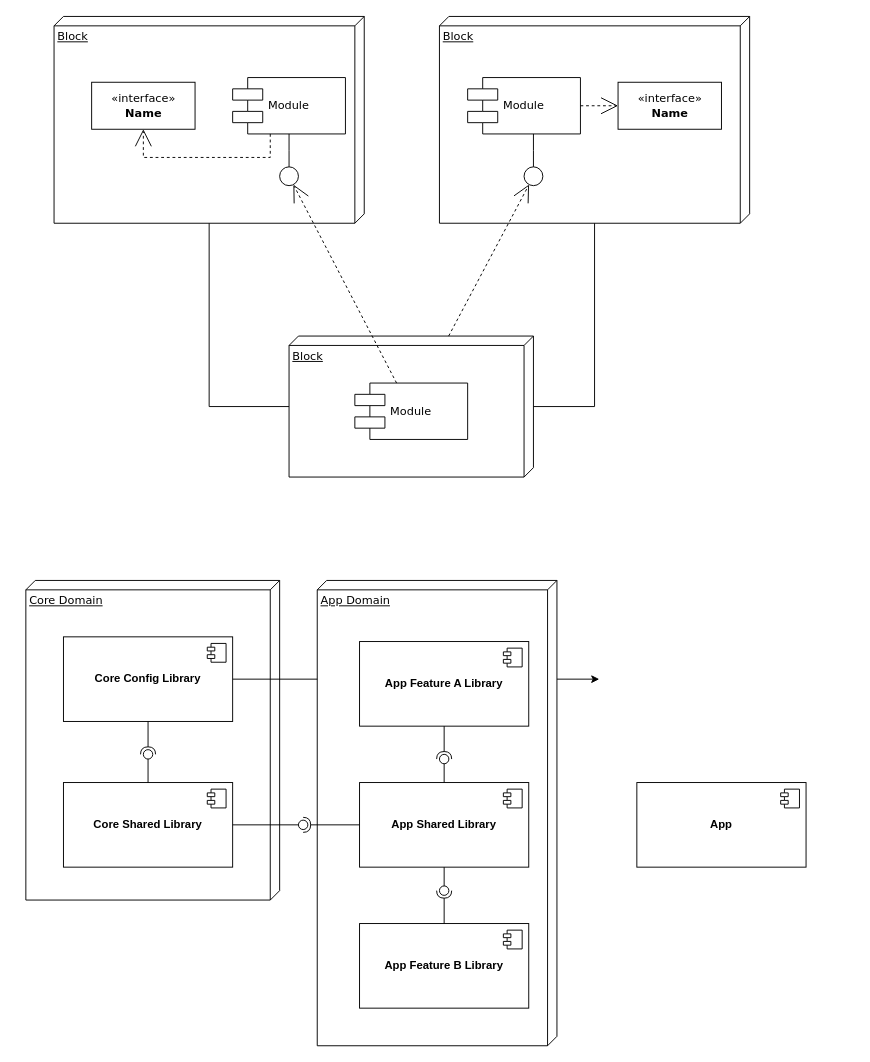
This is Best Practice/monorepo-component-diagram.drawio from fadlurahmanfdev/draw_io, a draw.io file, before an edit. Source tidied: cells renumbered, new cells numbered last; positions are measured from the earlier drawing's top-left corner, leaving out a move shared by most shapes. Both pictures are drawn from the tidied source at 94%, with x=0, y=0 at pixel (25, 16).
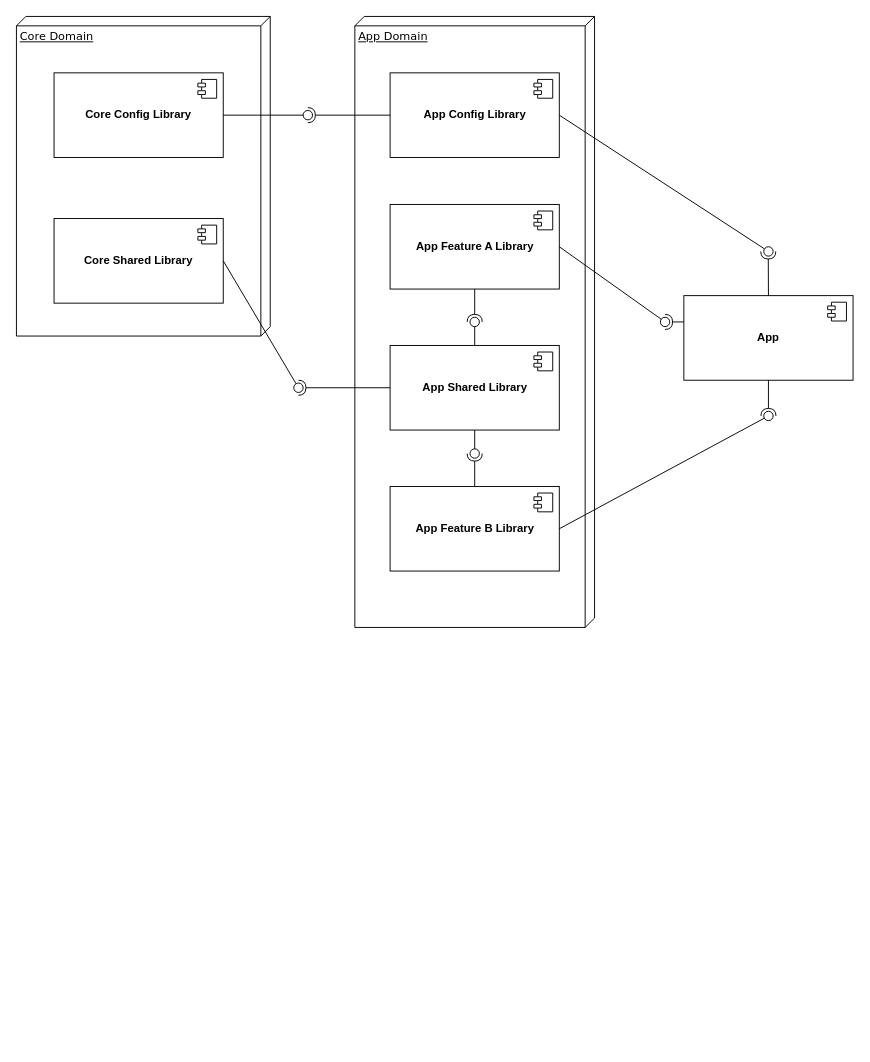
Above is the later version.

What changed in the source:
```diff
@@
     <mxCell id="2" value="Core Domain" style="verticalAlign=top;align=left;spacingTop=8;spacingLeft=2;spacingRight=12;shape=cube;size=10;direction=south;fontStyle=4;html=1;rounded=0;shadow=0;comic=0;labelBackgroundColor=none;strokeWidth=1;fontFamily=Verdana;fontSize=12;" parent="1" vertex="1">
-      <mxGeometry y="600" width="270" height="340" as="geometry" />
+      <mxGeometry x="-10" width="270" height="340" as="geometry" />
     </mxCell>
-    <mxCell id="3" value="Block" style="verticalAlign=top;align=left;spacingTop=8;spacingLeft=2;spacingRight=12;shape=cube;size=10;direction=south;fontStyle=4;html=1;rounded=0;shadow=0;comic=0;labelBackgroundColor=none;strokeWidth=1;fontFamily=Verdana;fontSize=12;" parent="1" vertex="1">
-      <mxGeometry x="30" width="330" height="220" as="geometry" />
-    </mxCell>
-    <mxCell id="4" value="Block" style="verticalAlign=top;align=left;spacingTop=8;spacingLeft=2;spacingRight=12;shape=cube;size=10;direction=south;fontStyle=4;html=1;rounded=0;shadow=0;comic=0;labelBackgroundColor=none;strokeWidth=1;fontFamily=Verdana;fontSize=12;" parent="1" vertex="1">
-      <mxGeometry x="440" width="330" height="220" as="geometry" />
-    </mxCell>
-    <mxCell id="5" value="Block" style="verticalAlign=top;align=left;spacingTop=8;spacingLeft=2;spacingRight=12;shape=cube;size=10;direction=south;fontStyle=4;html=1;rounded=0;shadow=0;comic=0;labelBackgroundColor=none;strokeWidth=1;fontFamily=Verdana;fontSize=12;" parent="1" vertex="1">
-      <mxGeometry x="280" y="340" width="260" height="150" as="geometry" />
-    </mxCell>
-    <mxCell id="6" value="&amp;laquo;interface&amp;raquo;&lt;br&gt;&lt;b&gt;Name&lt;/b&gt;" style="html=1;rounded=0;shadow=0;comic=0;labelBackgroundColor=none;strokeWidth=1;fontFamily=Verdana;fontSize=12;align=center;" parent="1" vertex="1">
-      <mxGeometry x="70" y="70" width="110" height="50" as="geometry" />
-    </mxCell>
-    <mxCell id="7" value="Module" style="shape=component;align=left;spacingLeft=36;rounded=0;shadow=0;comic=0;labelBackgroundColor=none;strokeWidth=1;fontFamily=Verdana;fontSize=12;html=1;" parent="1" vertex="1">
-      <mxGeometry x="220" y="65" width="120" height="60" as="geometry" />
-    </mxCell>
-    <mxCell id="8" style="ellipse;whiteSpace=wrap;html=1;rounded=0;shadow=0;comic=0;labelBackgroundColor=none;strokeWidth=1;fontFamily=Verdana;fontSize=12;align=center;" parent="1" vertex="1">
-      <mxGeometry x="270" y="160" width="20" height="20" as="geometry" />
-    </mxCell>
-    <mxCell id="9" value="Module" style="shape=component;align=left;spacingLeft=36;rounded=0;shadow=0;comic=0;labelBackgroundColor=none;strokeWidth=1;fontFamily=Verdana;fontSize=12;html=1;" parent="1" vertex="1">
-      <mxGeometry x="470" y="65" width="120" height="60" as="geometry" />
-    </mxCell>
-    <mxCell id="10" value="&amp;laquo;interface&amp;raquo;&lt;br&gt;&lt;b&gt;Name&lt;/b&gt;" style="html=1;rounded=0;shadow=0;comic=0;labelBackgroundColor=none;strokeWidth=1;fontFamily=Verdana;fontSize=12;align=center;" parent="1" vertex="1">
-      <mxGeometry x="630" y="70" width="110" height="50" as="geometry" />
-    </mxCell>
-    <mxCell id="11" style="ellipse;whiteSpace=wrap;html=1;rounded=0;shadow=0;comic=0;labelBackgroundColor=none;strokeWidth=1;fontFamily=Verdana;fontSize=12;align=center;" parent="1" vertex="1">
-      <mxGeometry x="530" y="160" width="20" height="20" as="geometry" />
-    </mxCell>
-    <mxCell id="12" value="Module" style="shape=component;align=left;spacingLeft=36;rounded=0;shadow=0;comic=0;labelBackgroundColor=none;strokeWidth=1;fontFamily=Verdana;fontSize=12;html=1;" parent="1" vertex="1">
-      <mxGeometry x="350" y="390" width="120" height="60" as="geometry" />
-    </mxCell>
-    <mxCell id="13" style="edgeStyle=none;rounded=0;html=1;dashed=1;labelBackgroundColor=none;startArrow=none;startFill=0;startSize=8;endArrow=open;endFill=0;endSize=16;fontFamily=Verdana;fontSize=12;" parent="1" edge="1" source="12" target="8">
-      <mxGeometry relative="1" as="geometry" />
-    </mxCell>
-    <mxCell id="14" style="edgeStyle=none;rounded=0;html=1;dashed=1;labelBackgroundColor=none;startArrow=none;startFill=0;startSize=8;endArrow=open;endFill=0;endSize=16;fontFamily=Verdana;fontSize=12;" parent="1" edge="1" source="5" target="11">
-      <mxGeometry relative="1" as="geometry" />
-    </mxCell>
-    <mxCell id="15" style="edgeStyle=elbowEdgeStyle;rounded=0;html=1;labelBackgroundColor=none;startArrow=none;startFill=0;startSize=8;endArrow=none;endFill=0;endSize=16;fontFamily=Verdana;fontSize=12;" parent="1" edge="1" source="11" target="9">
-      <mxGeometry relative="1" as="geometry" />
-    </mxCell>
-    <mxCell id="16" style="edgeStyle=elbowEdgeStyle;rounded=0;html=1;labelBackgroundColor=none;startArrow=none;startFill=0;startSize=8;endArrow=none;endFill=0;endSize=16;fontFamily=Verdana;fontSize=12;" parent="1" edge="1" source="8" target="7">
-      <mxGeometry relative="1" as="geometry" />
-    </mxCell>
-    <mxCell id="17" style="edgeStyle=orthogonalEdgeStyle;rounded=0;html=1;labelBackgroundColor=none;startArrow=none;startFill=0;startSize=8;endArrow=open;endFill=0;endSize=16;fontFamily=Verdana;fontSize=12;dashed=1;" parent="1" edge="1" source="7" target="6">
-      <mxGeometry relative="1" as="geometry">
-        <Array as="points">
-          <mxPoint x="260" y="150" />
-          <mxPoint x="125" y="150" />
-        </Array>
-      </mxGeometry>
-    </mxCell>
-    <mxCell id="18" style="edgeStyle=orthogonalEdgeStyle;rounded=0;html=1;dashed=1;labelBackgroundColor=none;startArrow=none;startFill=0;startSize=8;endArrow=open;endFill=0;endSize=16;fontFamily=Verdana;fontSize=12;" parent="1" edge="1" source="9" target="10">
-      <mxGeometry relative="1" as="geometry" />
-    </mxCell>
-    <mxCell id="19" style="edgeStyle=orthogonalEdgeStyle;rounded=0;html=1;labelBackgroundColor=none;startArrow=none;startFill=0;startSize=8;endArrow=none;endFill=0;endSize=16;fontFamily=Verdana;fontSize=12;" parent="1" edge="1" source="5" target="4">
-      <mxGeometry relative="1" as="geometry">
-        <Array as="points">
-          <mxPoint x="605" y="415" />
-        </Array>
-      </mxGeometry>
-    </mxCell>
-    <mxCell id="20" style="edgeStyle=orthogonalEdgeStyle;rounded=0;html=1;labelBackgroundColor=none;startArrow=none;startFill=0;startSize=8;endArrow=none;endFill=0;endSize=16;fontFamily=Verdana;fontSize=12;" parent="1" edge="1" source="5" target="3">
-      <mxGeometry relative="1" as="geometry">
-        <Array as="points">
-          <mxPoint x="195" y="415" />
-        </Array>
-      </mxGeometry>
-    </mxCell>
-    <mxCell id="21" style="edgeStyle=orthogonalEdgeStyle;rounded=0;jettySize=auto;html=1;" parent="1" edge="1" source="22">
-      <mxGeometry relative="1" as="geometry">
-        <mxPoint x="610" y="705" as="targetPoint" />
-      </mxGeometry>
-    </mxCell>
     <mxCell id="22" value="&lt;b&gt;Core Config Library&lt;/b&gt;" style="html=1;whiteSpace=wrap;" parent="1" vertex="1">
-      <mxGeometry x="40" y="660" width="180" height="90" as="geometry" />
+      <mxGeometry x="30" y="60" width="180" height="90" as="geometry" />
     </mxCell>
@@
     <mxCell id="24" value="&lt;b&gt;Core Shared Library&lt;/b&gt;" style="html=1;whiteSpace=wrap;" parent="1" vertex="1">
-      <mxGeometry x="40" y="815" width="180" height="90" as="geometry" />
+      <mxGeometry x="30" y="215" width="180" height="90" as="geometry" />
     </mxCell>
@@
-    <mxCell id="26" style="rounded=0;jettySize=auto;html=1;endArrow=halfCircle;endFill=0;endSize=6;strokeWidth=1;sketch=0;exitX=0.5;exitY=1;exitDx=0;exitDy=0;" parent="1" edge="1" source="22" target="28">
-      <mxGeometry relative="1" as="geometry" />
-    </mxCell>
-    <mxCell id="27" style="rounded=0;jettySize=auto;html=1;endArrow=oval;endFill=0;sketch=0;sourcePerimeterSpacing=0;targetPerimeterSpacing=0;endSize=10;exitX=0.5;exitY=0;exitDx=0;exitDy=0;" parent="1" edge="1" source="24" target="28">
-      <mxGeometry relative="1" as="geometry" />
-    </mxCell>
-    <mxCell id="28" style="ellipse;whiteSpace=wrap;html=1;align=center;fillColor=none;strokeColor=none;perimeter=centerPerimeter;points=[];outlineConnect=1;rotation=-90;" parent="1" vertex="1">
-      <mxGeometry x="125" y="780" width="10" height="10" as="geometry" />
-    </mxCell>
     <mxCell id="29" style="ellipse;whiteSpace=wrap;html=1;align=center;fillColor=none;strokeColor=none;perimeter=centerPerimeter;points=[];outlineConnect=1;" parent="1" vertex="1">
-      <mxGeometry x="290" y="855" width="10" height="10" as="geometry" />
+      <mxGeometry x="270" y="405" width="10" height="10" as="geometry" />
     </mxCell>
     <mxCell id="30" value="App Domain" style="verticalAlign=top;align=left;spacingTop=8;spacingLeft=2;spacingRight=12;shape=cube;size=10;direction=south;fontStyle=4;html=1;rounded=0;shadow=0;comic=0;labelBackgroundColor=none;strokeWidth=1;fontFamily=Verdana;fontSize=12;" parent="1" vertex="1">
-      <mxGeometry x="310" y="600" width="255" height="495" as="geometry" />
+      <mxGeometry x="350" width="255" height="650" as="geometry" />
     </mxCell>
     <mxCell id="31" value="&lt;b&gt;App Feature A Library&lt;/b&gt;" style="html=1;whiteSpace=wrap;" parent="1" vertex="1">
-      <mxGeometry x="355" y="665" width="180" height="90" as="geometry" />
+      <mxGeometry x="387.5" y="200" width="180" height="90" as="geometry" />
     </mxCell>
@@
     <mxCell id="33" value="&lt;b&gt;App Shared Library&lt;/b&gt;" style="html=1;whiteSpace=wrap;" parent="1" vertex="1">
-      <mxGeometry x="355" y="815" width="180" height="90" as="geometry" />
+      <mxGeometry x="387.5" y="350" width="180" height="90" as="geometry" />
     </mxCell>
@@
     <mxCell id="37" style="ellipse;whiteSpace=wrap;html=1;align=center;fillColor=none;strokeColor=none;perimeter=centerPerimeter;points=[];outlineConnect=1;rotation=-90;" parent="1" vertex="1">
-      <mxGeometry x="440" y="785" width="10" height="10" as="geometry" />
+      <mxGeometry x="472.5" y="320" width="10" height="10" as="geometry" />
     </mxCell>
     <mxCell id="38" value="&lt;b&gt;App Feature B Library&lt;/b&gt;" style="html=1;whiteSpace=wrap;" parent="1" vertex="1">
-      <mxGeometry x="355" y="965" width="180" height="90" as="geometry" />
+      <mxGeometry x="387.5" y="500" width="180" height="90" as="geometry" />
     </mxCell>
@@
     <mxCell id="42" style="ellipse;whiteSpace=wrap;html=1;align=center;fillColor=none;strokeColor=none;perimeter=centerPerimeter;points=[];outlineConnect=1;rotation=90;" parent="1" vertex="1">
-      <mxGeometry x="440" y="925" width="10" height="10" as="geometry" />
+      <mxGeometry x="472.5" y="460" width="10" height="10" as="geometry" />
     </mxCell>
-    <mxCell id="43" style="rounded=0;jettySize=auto;html=1;endArrow=oval;endFill=0;sketch=0;sourcePerimeterSpacing=0;targetPerimeterSpacing=0;endSize=10;exitX=1;exitY=0.5;exitDx=0;exitDy=0;" parent="1" edge="1" source="24" target="29">
-      <mxGeometry relative="1" as="geometry" />
-    </mxCell>
-    <mxCell id="44" style="rounded=0;jettySize=auto;html=1;endArrow=halfCircle;endFill=0;endSize=6;strokeWidth=1;sketch=0;exitX=0;exitY=0.5;exitDx=0;exitDy=0;" parent="1" edge="1" source="33" target="29">
-      <mxGeometry relative="1" as="geometry" />
-    </mxCell>
     <mxCell id="45" value="&lt;b&gt;App&lt;/b&gt;" style="html=1;whiteSpace=wrap;" parent="1" vertex="1">
-      <mxGeometry x="650" y="815" width="180" height="90" as="geometry" />
+      <mxGeometry x="700" y="297" width="180" height="90" as="geometry" />
     </mxCell>
@@
+    <mxCell id="47" value="&lt;b&gt;App Config Library&lt;/b&gt;" style="html=1;whiteSpace=wrap;" parent="1" vertex="1">
+      <mxGeometry x="387.5" y="60" width="180" height="90" as="geometry" />
+    </mxCell>
+    <mxCell id="48" style="shape=module;jettyWidth=8;jettyHeight=4;" parent="47" vertex="1">
+      <mxGeometry x="1" width="20" height="20" relative="1" as="geometry">
+        <mxPoint x="-27" y="7" as="offset" />
+      </mxGeometry>
+    </mxCell>
+    <mxCell id="49" style="rounded=0;jettySize=auto;html=1;endArrow=halfCircle;endFill=0;endSize=6;strokeWidth=1;sketch=0;exitX=0;exitY=0.5;exitDx=0;exitDy=0;" parent="1" edge="1" source="47" target="51">
+      <mxGeometry relative="1" as="geometry" />
+    </mxCell>
+    <mxCell id="50" style="rounded=0;jettySize=auto;html=1;endArrow=oval;endFill=0;sketch=0;sourcePerimeterSpacing=0;targetPerimeterSpacing=0;endSize=10;exitX=1;exitY=0.5;exitDx=0;exitDy=0;" parent="1" edge="1" source="22" target="51">
+      <mxGeometry relative="1" as="geometry" />
+    </mxCell>
+    <mxCell id="51" style="ellipse;whiteSpace=wrap;html=1;align=center;fillColor=none;strokeColor=none;perimeter=centerPerimeter;points=[];outlineConnect=1;" parent="1" vertex="1">
+      <mxGeometry x="295" y="100" width="10" height="10" as="geometry" />
+    </mxCell>
+    <mxCell id="52" style="rounded=0;jettySize=auto;html=1;endArrow=halfCircle;endFill=0;endSize=6;strokeWidth=1;sketch=0;exitX=0;exitY=0.5;exitDx=0;exitDy=0;" parent="1" edge="1" source="33" target="54">
+      <mxGeometry relative="1" as="geometry" />
+    </mxCell>
+    <mxCell id="53" style="rounded=0;jettySize=auto;html=1;endArrow=oval;endFill=0;sketch=0;sourcePerimeterSpacing=0;targetPerimeterSpacing=0;endSize=10;exitX=1;exitY=0.5;exitDx=0;exitDy=0;" parent="1" edge="1" source="24" target="54">
+      <mxGeometry relative="1" as="geometry" />
+    </mxCell>
+    <mxCell id="54" style="ellipse;whiteSpace=wrap;html=1;align=center;fillColor=none;strokeColor=none;perimeter=centerPerimeter;points=[];outlineConnect=1;" parent="1" vertex="1">
+      <mxGeometry x="285" y="390" width="10" height="10" as="geometry" />
+    </mxCell>
+    <mxCell id="55" style="ellipse;whiteSpace=wrap;html=1;align=center;fillColor=none;strokeColor=none;perimeter=centerPerimeter;" parent="1" vertex="1">
+      <mxGeometry x="655" y="360" width="10" height="10" as="geometry" />
+    </mxCell>
+    <mxCell id="56" style="rounded=0;jettySize=auto;html=1;endArrow=halfCircle;endFill=0;endSize=6;strokeWidth=1;sketch=0;" parent="1" edge="1" target="58">
+      <mxGeometry relative="1" as="geometry">
+        <mxPoint x="700" y="325" as="sourcePoint" />
+      </mxGeometry>
+    </mxCell>
+    <mxCell id="57" style="rounded=0;jettySize=auto;html=1;endArrow=oval;endFill=0;sketch=0;sourcePerimeterSpacing=0;targetPerimeterSpacing=0;endSize=10;exitX=1;exitY=0.5;exitDx=0;exitDy=0;" parent="1" edge="1" source="31" target="58">
+      <mxGeometry relative="1" as="geometry" />
+    </mxCell>
+    <mxCell id="58" style="ellipse;whiteSpace=wrap;html=1;align=center;fillColor=none;strokeColor=none;perimeter=centerPerimeter;points=[];outlineConnect=1;" parent="1" vertex="1">
+      <mxGeometry x="675" y="320" width="10" height="10" as="geometry" />
+    </mxCell>
+    <mxCell id="59" style="rounded=0;jettySize=auto;html=1;endArrow=halfCircle;endFill=0;endSize=6;strokeWidth=1;sketch=0;exitX=0.5;exitY=0;exitDx=0;exitDy=0;" parent="1" edge="1" source="45">
+      <mxGeometry relative="1" as="geometry">
+        <mxPoint x="789.8" y="250" as="targetPoint" />
+      </mxGeometry>
+    </mxCell>
+    <mxCell id="60" style="rounded=0;jettySize=auto;html=1;endArrow=oval;endFill=0;sketch=0;sourcePerimeterSpacing=0;targetPerimeterSpacing=0;endSize=10;exitX=1;exitY=0.5;exitDx=0;exitDy=0;" parent="1" edge="1" source="47">
+      <mxGeometry relative="1" as="geometry">
+        <mxPoint x="790" y="250" as="targetPoint" />
+      </mxGeometry>
+    </mxCell>
+    <mxCell id="61" style="ellipse;whiteSpace=wrap;html=1;align=center;fillColor=none;strokeColor=none;perimeter=centerPerimeter;" parent="1" vertex="1">
+      <mxGeometry x="685" y="280" width="10" height="10" as="geometry" />
+    </mxCell>
+    <mxCell id="62" style="rounded=0;jettySize=auto;html=1;endArrow=halfCircle;endFill=0;endSize=6;strokeWidth=1;sketch=0;exitX=0.5;exitY=1;exitDx=0;exitDy=0;" parent="1" edge="1" source="45" target="64">
+      <mxGeometry relative="1" as="geometry" />
+    </mxCell>
+    <mxCell id="63" style="rounded=0;jettySize=auto;html=1;endArrow=oval;endFill=0;sketch=0;sourcePerimeterSpacing=0;targetPerimeterSpacing=0;endSize=10;exitX=1;exitY=0.5;exitDx=0;exitDy=0;" parent="1" edge="1" source="38" target="64">
+      <mxGeometry relative="1" as="geometry" />
+    </mxCell>
+    <mxCell id="64" style="ellipse;whiteSpace=wrap;html=1;align=center;fillColor=none;strokeColor=none;perimeter=centerPerimeter;points=[];outlineConnect=1;rotation=-90;" parent="1" vertex="1">
+      <mxGeometry x="785" y="420" width="10" height="10" as="geometry" />
+    </mxCell>
```
